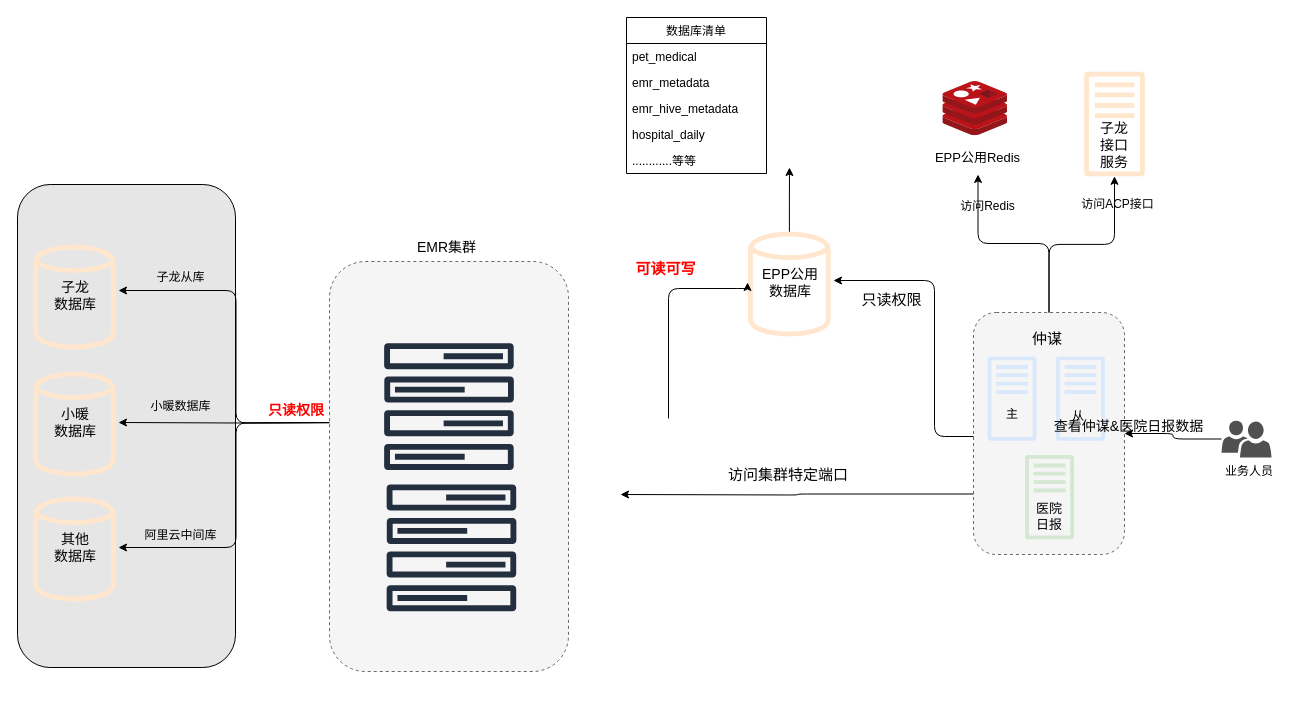
The draw.io diagram pet_data_warehouse/EMR数据库访问图.drawio in fangzheng0518/draw, before the edit. Source tidied: cells renumbered, new cells numbered last; positions are measured from the earlier drawing's top-left corner, leaving out a move shared by most shapes. Both pictures are drawn from the tidied source at 100%, with x=0, y=0 at pixel (17, 17).
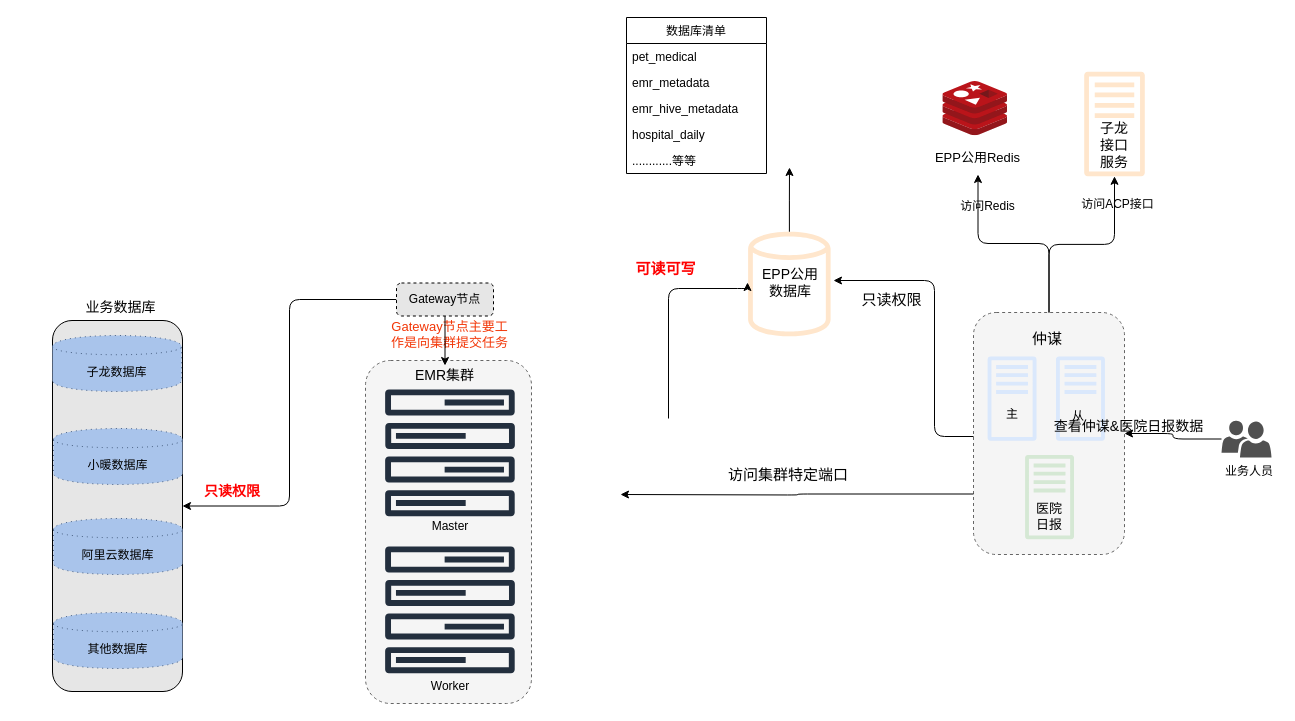
Above is the later version.

Commit message (it also covers changes not shown here):
更新EMR数据库访问图.drawio

Diff of the diagram source:
```diff
@@
-    <mxCell id="2" style="rounded=1;whiteSpace=wrap;html=1;fillColor=#E6E6E6;" parent="1" vertex="1">
-      <mxGeometry y="167" width="218" height="483" as="geometry" />
-    </mxCell>
@@
-    <mxCell id="6" style="group;" parent="1" vertex="1">
-      <mxGeometry x="15" y="225" width="86" height="109" as="geometry" />
-    </mxCell>
-    <mxCell id="7" style="group;" parent="6" vertex="1">
-      <mxGeometry width="86" height="109" as="geometry" />
-    </mxCell>
-    <mxCell id="8" style="fillColor=#ffe6cc;strokeColor=#d79b00;dashed=0;verticalLabelPosition=bottom;verticalAlign=top;align=center;html=1;fontSize=12;fontStyle=0;shape=mxgraph.aws4.generic_database;" parent="7" vertex="1">
-      <mxGeometry x="0.6" width="82.5" height="109" as="geometry" />
-    </mxCell>
-    <mxCell id="9" value="&lt;span style=&quot;font-size: 14px&quot;&gt;子龙&lt;br&gt;数据库&lt;/span&gt;" style="text;html=1;strokeColor=none;fillColor=none;align=center;verticalAlign=middle;whiteSpace=wrap;rounded=0;dashed=1;" parent="7" vertex="1">
-      <mxGeometry y="43" width="86" height="20" as="geometry" />
-    </mxCell>
-    <mxCell id="10" style="group;" parent="1" vertex="1">
-      <mxGeometry x="15" y="352" width="86" height="109" as="geometry" />
-    </mxCell>
-    <mxCell id="11" style="group;" parent="10" vertex="1">
-      <mxGeometry width="86" height="109" as="geometry" />
-    </mxCell>
-    <mxCell id="12" style="fillColor=#ffe6cc;strokeColor=#d79b00;dashed=0;verticalLabelPosition=bottom;verticalAlign=top;align=center;html=1;fontSize=12;fontStyle=0;shape=mxgraph.aws4.generic_database;" parent="11" vertex="1">
-      <mxGeometry x="0.6" width="82.5" height="109" as="geometry" />
-    </mxCell>
-    <mxCell id="13" value="&lt;font style=&quot;font-size: 14px&quot;&gt;小暖&lt;br&gt;数据库&lt;/font&gt;" style="text;html=1;strokeColor=none;fillColor=none;align=center;verticalAlign=middle;whiteSpace=wrap;rounded=0;dashed=1;" parent="11" vertex="1">
-      <mxGeometry y="43" width="86" height="20" as="geometry" />
-    </mxCell>
-    <mxCell id="14" style="group;" parent="1" vertex="1">
-      <mxGeometry x="15" y="477" width="86" height="109" as="geometry" />
-    </mxCell>
-    <mxCell id="15" style="fillColor=#ffe6cc;strokeColor=#d79b00;dashed=0;verticalLabelPosition=bottom;verticalAlign=top;align=center;html=1;fontSize=12;fontStyle=0;shape=mxgraph.aws4.generic_database;" parent="14" vertex="1">
-      <mxGeometry x="0.6" width="82.5" height="109" as="geometry" />
-    </mxCell>
-    <mxCell id="16" value="&lt;font style=&quot;font-size: 14px&quot;&gt;其他&lt;br&gt;数据库&lt;/font&gt;" style="text;html=1;strokeColor=none;fillColor=none;align=center;verticalAlign=middle;whiteSpace=wrap;rounded=0;dashed=1;" parent="14" vertex="1">
-      <mxGeometry y="43" width="86" height="20" as="geometry" />
-    </mxCell>
-    <mxCell id="17" style="edgeStyle=orthogonalEdgeStyle;rounded=1;jettySize=auto;html=1;exitX=0;exitY=0.5;exitDx=0;exitDy=0;entryX=1;entryY=0.25;entryDx=0;entryDy=0;" parent="1" edge="1" target="9">
-      <mxGeometry relative="1" as="geometry">
-        <mxPoint x="336" y="405" as="sourcePoint" />
-      </mxGeometry>
-    </mxCell>
-    <mxCell id="18" style="edgeStyle=orthogonalEdgeStyle;rounded=1;jettySize=auto;html=1;exitX=0;exitY=0.5;exitDx=0;exitDy=0;entryX=1;entryY=0.5;entryDx=0;entryDy=0;" parent="1" edge="1" target="13">
-      <mxGeometry relative="1" as="geometry">
-        <mxPoint x="336" y="405" as="sourcePoint" />
-      </mxGeometry>
-    </mxCell>
-    <mxCell id="19" style="edgeStyle=orthogonalEdgeStyle;rounded=1;jettySize=auto;html=1;exitX=0;exitY=0.5;exitDx=0;exitDy=0;entryX=1;entryY=0.5;entryDx=0;entryDy=0;" parent="1" edge="1" target="16">
-      <mxGeometry relative="1" as="geometry">
-        <mxPoint x="336" y="405" as="sourcePoint" />
-      </mxGeometry>
+    <mxCell id="19" style="edgeStyle=orthogonalEdgeStyle;rounded=1;jettySize=auto;html=1;exitX=0;exitY=0.5;exitDx=0;exitDy=0;entryX=1;entryY=0.5;entryDx=0;entryDy=0;" parent="1" edge="1" source="70" target="2">
+      <mxGeometry relative="1" as="geometry" />
     </mxCell>
     <mxCell id="20" value="&lt;font size=&quot;1&quot; color=&quot;#ff0000&quot;&gt;&lt;b style=&quot;font-size: 14px&quot;&gt;只读权限&lt;/b&gt;&lt;/font&gt;" style="text;html=1;strokeColor=none;fillColor=none;align=center;verticalAlign=middle;whiteSpace=wrap;rounded=0;dashed=1;" parent="1" vertex="1">
-      <mxGeometry x="243" y="383" width="72" height="20" as="geometry" />
+      <mxGeometry x="179" y="463.5" width="72" height="20" as="geometry" />
     </mxCell>
-    <mxCell id="21" value="子龙从库" style="text;html=1;strokeColor=none;fillColor=none;align=center;verticalAlign=middle;whiteSpace=wrap;rounded=0;dashed=1;" parent="1" vertex="1">
-      <mxGeometry x="130" y="250" width="67" height="20" as="geometry" />
-    </mxCell>
@@
-    <mxCell id="48" value="小暖数据库" style="text;html=1;strokeColor=none;fillColor=none;align=center;verticalAlign=middle;whiteSpace=wrap;rounded=0;dashed=1;" parent="1" vertex="1">
-      <mxGeometry x="130" y="379" width="67" height="20" as="geometry" />
-    </mxCell>
-    <mxCell id="49" value="阿里云中间库" style="text;html=1;strokeColor=none;fillColor=none;align=center;verticalAlign=middle;whiteSpace=wrap;rounded=0;dashed=1;" parent="1" vertex="1">
-      <mxGeometry x="121" y="508" width="85" height="20" as="geometry" />
-    </mxCell>
@@
+    <mxCell id="69" value="&lt;font color=&quot;#f23607&quot; style=&quot;font-size: 13px&quot;&gt;Gateway节点主要工作是向集群提交任务&lt;/font&gt;" style="text;html=1;strokeColor=none;fillColor=none;align=center;verticalAlign=middle;whiteSpace=wrap;rounded=0;dashed=1;" parent="1" vertex="1">
+      <mxGeometry x="372.5" y="302" width="119" height="29" as="geometry" />
+    </mxCell>
+    <mxCell id="70" value="Gateway节点" style="shape=ext;rounded=1;html=1;whiteSpace=wrap;dashed=1;fillColor=#E6E6E6;" parent="1" vertex="1">
+      <mxGeometry x="379" y="265.5" width="97" height="33" as="geometry" />
+    </mxCell>
+    <mxCell id="71" style="group;" parent="1" vertex="1">
+      <mxGeometry x="348" y="343" width="166" height="343" as="geometry" />
+    </mxCell>
+    <mxCell id="66" style="rounded=1;whiteSpace=wrap;html=1;dashed=1;fillColor=#f5f5f5;strokeColor=#666666;fontColor=#333333;" parent="71" vertex="1">
+      <mxGeometry width="166" height="343" as="geometry" />
+    </mxCell>
-    <mxCell id="65" value="&lt;font style=&quot;font-size: 14px&quot;&gt;EMR集群&lt;/font&gt;" style="text;html=1;strokeColor=none;fillColor=none;align=center;verticalAlign=middle;whiteSpace=wrap;rounded=0;dashed=1;" parent="1" vertex="1">
-      <mxGeometry x="394.5" y="220" width="69" height="20" as="geometry" />
+    <mxCell id="65" value="&lt;font style=&quot;font-size: 14px&quot;&gt;EMR集群&lt;/font&gt;" style="text;html=1;strokeColor=none;fillColor=none;align=center;verticalAlign=middle;whiteSpace=wrap;rounded=0;dashed=1;" parent="71" vertex="1">
+      <mxGeometry x="45" y="5" width="69" height="20" as="geometry" />
     </mxCell>
-    <mxCell id="66" style="rounded=1;whiteSpace=wrap;html=1;dashed=1;fillColor=#f5f5f5;strokeColor=#666666;fontColor=#333333;" parent="1" vertex="1">
-      <mxGeometry x="312" y="244" width="239" height="410" as="geometry" />
-    </mxCell>
-    <mxCell id="67" style="fontColor=#232F3E;gradientColor=none;fillColor=#232F3E;strokeColor=none;dashed=0;verticalLabelPosition=bottom;verticalAlign=top;align=center;html=1;fontSize=12;fontStyle=0;shape=mxgraph.aws4.forums;" parent="1" vertex="1">
-      <mxGeometry x="369" y="467" width="130" height="126.7" as="geometry" />
+    <mxCell id="67" style="fontColor=#232F3E;gradientColor=none;fillColor=#232F3E;strokeColor=none;dashed=0;verticalLabelPosition=bottom;verticalAlign=top;align=center;html=1;fontSize=12;fontStyle=0;shape=mxgraph.aws4.forums;" parent="71" vertex="1">
+      <mxGeometry x="19.5" y="186" width="130" height="126.7" as="geometry" />
     </mxCell>
-    <mxCell id="68" style="fontColor=#232F3E;gradientColor=none;fillColor=#232F3E;strokeColor=none;dashed=0;verticalLabelPosition=bottom;verticalAlign=top;align=center;html=1;fontSize=12;fontStyle=0;shape=mxgraph.aws4.forums;" parent="1" vertex="1">
-      <mxGeometry x="366.5" y="325.7" width="130" height="126.7" as="geometry" />
+    <mxCell id="68" style="fontColor=#232F3E;gradientColor=none;fillColor=#232F3E;strokeColor=none;dashed=0;verticalLabelPosition=bottom;verticalAlign=top;align=center;html=1;fontSize=12;fontStyle=0;shape=mxgraph.aws4.forums;" parent="71" vertex="1">
+      <mxGeometry x="19.5" y="29" width="130" height="126.7" as="geometry" />
     </mxCell>
+    <mxCell id="72" value="Master" style="text;html=1;strokeColor=none;fillColor=none;align=center;verticalAlign=middle;whiteSpace=wrap;rounded=0;dashed=1;" parent="71" vertex="1">
+      <mxGeometry x="64.5" y="155.7" width="40" height="20" as="geometry" />
+    </mxCell>
+    <mxCell id="73" value="Worker" style="text;html=1;strokeColor=none;fillColor=none;align=center;verticalAlign=middle;whiteSpace=wrap;rounded=0;dashed=1;" parent="71" vertex="1">
+      <mxGeometry x="64.5" y="316" width="40" height="20" as="geometry" />
+    </mxCell>
+    <mxCell id="74" style="endArrow=classic;html=1;exitX=0.5;exitY=1;exitDx=0;exitDy=0;entryX=0.5;entryY=0;entryDx=0;entryDy=0;" parent="1" edge="1" source="70" target="65">
+      <mxGeometry relative="1" as="geometry" />
+    </mxCell>
+    <mxCell id="75" style="group;" parent="1" vertex="1">
+      <mxGeometry x="35" y="280" width="130" height="394" as="geometry" />
+    </mxCell>
+    <mxCell id="2" style="rounded=1;whiteSpace=wrap;html=1;fillColor=#E6E6E6;" parent="75" vertex="1">
+      <mxGeometry y="23" width="130" height="371" as="geometry" />
+    </mxCell>
+    <mxCell id="76" value="&lt;font style=&quot;font-size: 14px&quot;&gt;业务数据库&lt;/font&gt;" style="text;html=1;strokeColor=none;fillColor=none;align=center;verticalAlign=middle;whiteSpace=wrap;rounded=0;dashed=1;" parent="75" vertex="1">
+      <mxGeometry x="26.5" width="82.5" height="20" as="geometry" />
+    </mxCell>
+    <mxCell id="77" value="子龙数据库" style="shape=cylinder;whiteSpace=wrap;html=1;boundedLbl=1;backgroundOutline=1;dashed=1;fillColor=#A9C4EB;dashPattern=1 4;strokeColor=#4C6487;" parent="75" vertex="1">
+      <mxGeometry y="38" width="129" height="56" as="geometry" />
+    </mxCell>
+    <mxCell id="48" value="小暖数据库" style="shape=cylinder;whiteSpace=wrap;html=1;boundedLbl=1;backgroundOutline=1;dashed=1;fillColor=#A9C4EB;dashPattern=1 4;strokeColor=#4C6487;" parent="75" vertex="1">
+      <mxGeometry x="1" y="131" width="129" height="56" as="geometry" />
+    </mxCell>
+    <mxCell id="78" value="阿里云数据库" style="shape=cylinder;whiteSpace=wrap;html=1;boundedLbl=1;backgroundOutline=1;dashed=1;fillColor=#A9C4EB;dashPattern=1 4;strokeColor=#4C6487;" parent="75" vertex="1">
+      <mxGeometry x="1" y="221" width="129" height="56" as="geometry" />
+    </mxCell>
+    <mxCell id="79" value="其他数据库" style="shape=cylinder;whiteSpace=wrap;html=1;boundedLbl=1;backgroundOutline=1;dashed=1;fillColor=#A9C4EB;dashPattern=1 4;strokeColor=#4C6487;" parent="75" vertex="1">
+      <mxGeometry x="1" y="315" width="129" height="56" as="geometry" />
+    </mxCell>
```
